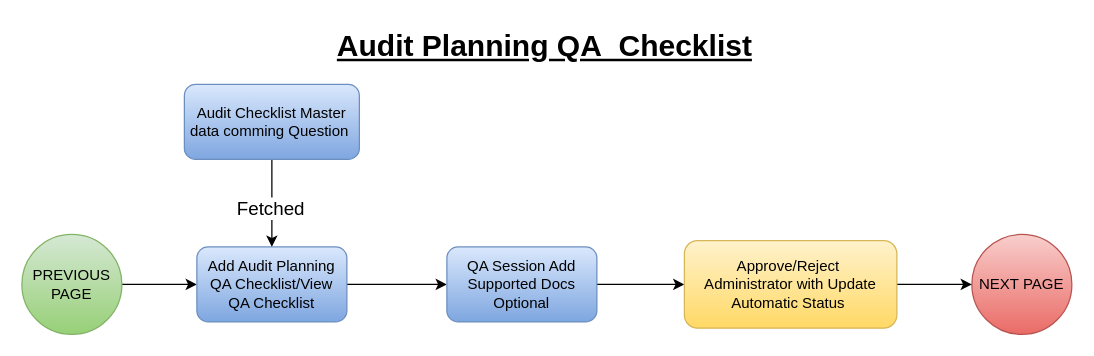
The draw.io diagram page "Audit Planning QA Checklist" (10 of 31) of ERM & IA DFD.drawio in AvikM1996/draw.io, before the edit. Source tidied: cells renumbered, new cells numbered last; positions are measured from the earlier drawing's top-left corner, leaving out a move shared by most shapes. Both pictures are drawn from the tidied source at 125%, with x=0, y=0 at pixel (21, 21).
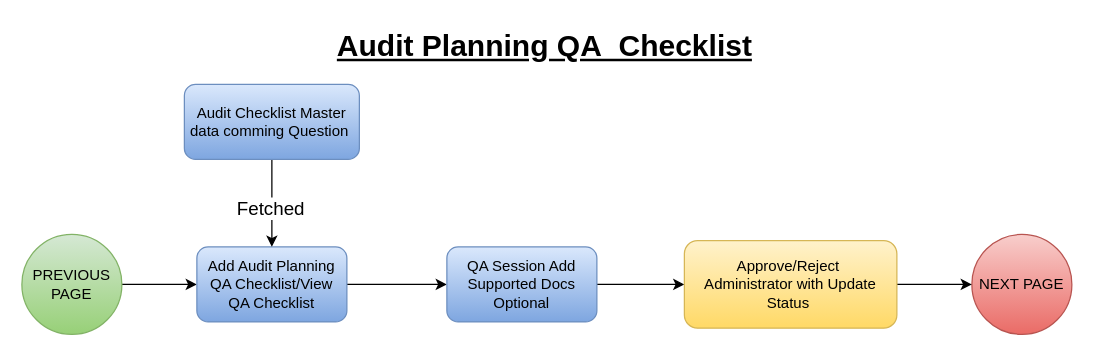
Above is the later version.

Diff of the diagram source:
```diff
@@
 <mxGraphModel>
   <root>
     <mxCell id="0" />
     <mxCell id="1" parent="0" />
     <mxCell id="2" style="edgeStyle=orthogonalEdgeStyle;rounded=1;jettySize=auto;html=1;" parent="1" edge="1" source="3" target="5">
       <mxGeometry relative="1" as="geometry" />
     </mxCell>
     <mxCell id="3" value="PREVIOUS PAGE" style="ellipse;whiteSpace=wrap;html=1;fillColor=#d5e8d4;gradientColor=#97d077;strokeColor=#82b366;rounded=1;" parent="1" vertex="1">
       <mxGeometry y="170" width="80" height="80" as="geometry" />
     </mxCell>
     <mxCell id="4" style="edgeStyle=orthogonalEdgeStyle;rounded=1;jettySize=auto;html=1;exitX=1;exitY=0.5;exitDx=0;exitDy=0;entryX=0;entryY=0.5;entryDx=0;entryDy=0;" parent="1" edge="1" source="5" target="8">
       <mxGeometry relative="1" as="geometry" />
     </mxCell>
     <mxCell id="5" value="Add Audit Planning QA Checklist/View QA Checklist" style="rounded=1;whiteSpace=wrap;html=1;fillColor=#dae8fc;gradientColor=#7ea6e0;strokeColor=#6c8ebf;" parent="1" vertex="1">
       <mxGeometry x="140" y="180" width="120" height="60" as="geometry" />
     </mxCell>
     <mxCell id="6" value="NEXT PAGE" style="ellipse;whiteSpace=wrap;html=1;fillColor=#f8cecc;gradientColor=#ea6b66;strokeColor=#b85450;rounded=1;" parent="1" vertex="1">
       <mxGeometry x="760" y="170" width="80" height="80" as="geometry" />
     </mxCell>
     <mxCell id="7" style="edgeStyle=orthogonalEdgeStyle;rounded=1;jettySize=auto;html=1;exitX=1;exitY=0.5;exitDx=0;exitDy=0;entryX=0;entryY=0.5;entryDx=0;entryDy=0;" parent="1" edge="1" source="8" target="10">
       <mxGeometry relative="1" as="geometry" />
     </mxCell>
     <mxCell id="8" value="QA Session Add Supported Docs&lt;br&gt;Optional" style="rounded=1;whiteSpace=wrap;html=1;fillColor=#dae8fc;gradientColor=#7ea6e0;strokeColor=#6c8ebf;" parent="1" vertex="1">
       <mxGeometry x="340" y="180" width="120" height="60" as="geometry" />
     </mxCell>
     <mxCell id="9" style="edgeStyle=orthogonalEdgeStyle;rounded=1;jettySize=auto;html=1;exitX=1;exitY=0.5;exitDx=0;exitDy=0;entryX=0;entryY=0.5;entryDx=0;entryDy=0;" parent="1" edge="1" source="10" target="6">
       <mxGeometry relative="1" as="geometry" />
     </mxCell>
-    <mxCell id="10" value="Approve/Reject&amp;nbsp;&lt;br&gt;Administrator with Update Automatic Status&amp;nbsp;" style="rounded=1;whiteSpace=wrap;html=1;fillColor=#fff2cc;gradientColor=#ffd966;strokeColor=#d6b656;" parent="1" vertex="1">
+    <mxCell id="10" value="Approve/Reject&amp;nbsp;&lt;br&gt;Administrator with Update Status&amp;nbsp;" style="rounded=1;whiteSpace=wrap;html=1;fillColor=#fff2cc;gradientColor=#ffd966;strokeColor=#d6b656;" parent="1" vertex="1">
       <mxGeometry x="530" y="175" width="170" height="70" as="geometry" />
     </mxCell>
     <mxCell id="11" value="Audit Planning QA&amp;nbsp; Checklist" style="text;strokeColor=none;fillColor=none;html=1;fontSize=24;fontStyle=5;verticalAlign=middle;align=center;rounded=1;" parent="1" vertex="1">
       <mxGeometry x="235" width="365" height="40" as="geometry" />
     </mxCell>
     <mxCell id="12" style="edgeStyle=orthogonalEdgeStyle;rounded=1;jettySize=auto;html=1;entryX=0.5;entryY=0;entryDx=0;entryDy=0;" parent="1" edge="1" source="14" target="5">
       <mxGeometry relative="1" as="geometry" />
     </mxCell>
     <mxCell id="13" value="&lt;font style=&quot;font-size: 15px;&quot;&gt;Fetched&lt;/font&gt;" style="edgeLabel;html=1;align=center;verticalAlign=middle;rounded=1;" parent="12" vertex="1">
       <mxGeometry x="0.08" y="-2" relative="1" as="geometry" />
     </mxCell>
     <mxCell id="14" value="Audit Checklist Master data comming Question&amp;nbsp;" style="rounded=1;whiteSpace=wrap;html=1;fillColor=#dae8fc;gradientColor=#7ea6e0;strokeColor=#6c8ebf;" parent="1" vertex="1">
       <mxGeometry x="130" y="50" width="140" height="60" as="geometry" />
     </mxCell>
   </root>
 </mxGraphModel>
```
